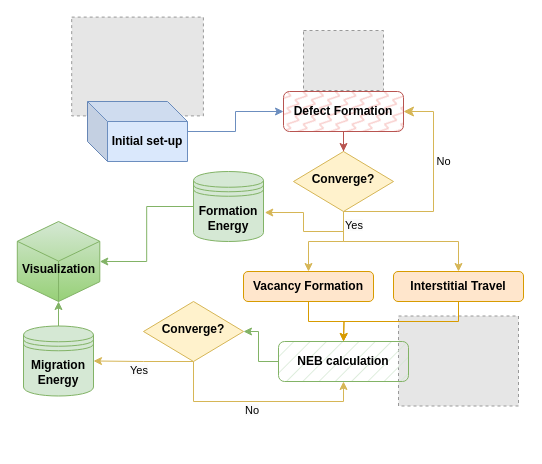
Earlier version of the draw.io diagram Untitled Diagram.drawio (yicao-elina/drawio). Source tidied: cells renumbered, new cells numbered last; positions are measured from the earlier drawing's top-left corner, leaving out a move shared by most shapes. Both pictures are drawn from the tidied source at 100%, with x=0, y=0 at pixel (17, 17). Pictures stored in the file or linked from it are replaced by grey dashed boxes.
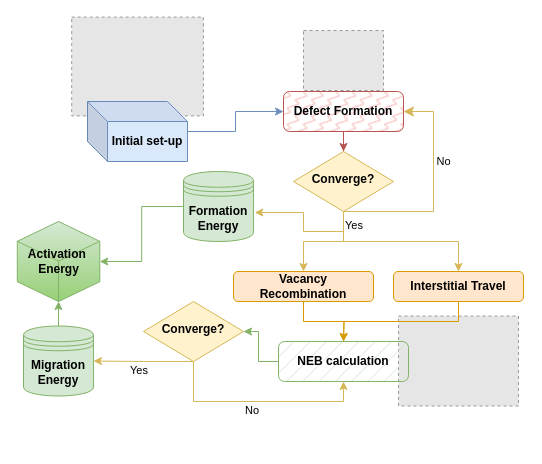
The same diagram, later.

What changed in the source:
```diff
@@
-    <mxCell id="15" value="&lt;b&gt;Vacancy Formation&lt;/b&gt;" style="rounded=1;whiteSpace=wrap;html=1;fontSize=12;glass=0;strokeWidth=1;shadow=0;fillColor=#ffe6cc;strokeColor=#d79b00;" parent="1" vertex="1">
-      <mxGeometry x="226" y="254" width="130" height="30" as="geometry" />
+    <mxCell id="15" value="&lt;b&gt;Vacancy Recombination&lt;/b&gt;" style="rounded=1;whiteSpace=wrap;html=1;fontSize=12;glass=0;strokeWidth=1;shadow=0;fillColor=#ffe6cc;strokeColor=#d79b00;" parent="1" vertex="1">
+      <mxGeometry x="216" y="254" width="140" height="30" as="geometry" />
     </mxCell>
@@
-    <mxCell id="27" value="&lt;b&gt;&lt;br&gt;Visualization&lt;/b&gt;" style="html=1;whiteSpace=wrap;shape=isoCube2;backgroundOutline=1;isoAngle=15;fillColor=#d5e8d4;gradientColor=#97d077;strokeColor=#82b366;" parent="1" vertex="1">
+    <mxCell id="27" value="Activation&amp;nbsp;&lt;br&gt;Energy" style="html=1;whiteSpace=wrap;shape=isoCube2;backgroundOutline=1;isoAngle=15;fillColor=#d5e8d4;gradientColor=#97d077;strokeColor=#82b366;fontStyle=1;" parent="1" vertex="1">
       <mxGeometry x="-0.2" y="204" width="82.5" height="80" as="geometry" />
     </mxCell>
     <mxCell id="28" value="&lt;b&gt;Formation&lt;br&gt;Energy&lt;br&gt;&lt;/b&gt;" style="shape=datastore;whiteSpace=wrap;html=1;fillColor=#d5e8d4;strokeColor=#82b366;fillStyle=auto;" parent="1" vertex="1">
-      <mxGeometry x="176" y="154" width="70" height="70" as="geometry" />
+      <mxGeometry x="166" y="154" width="70" height="70" as="geometry" />
     </mxCell>
```
